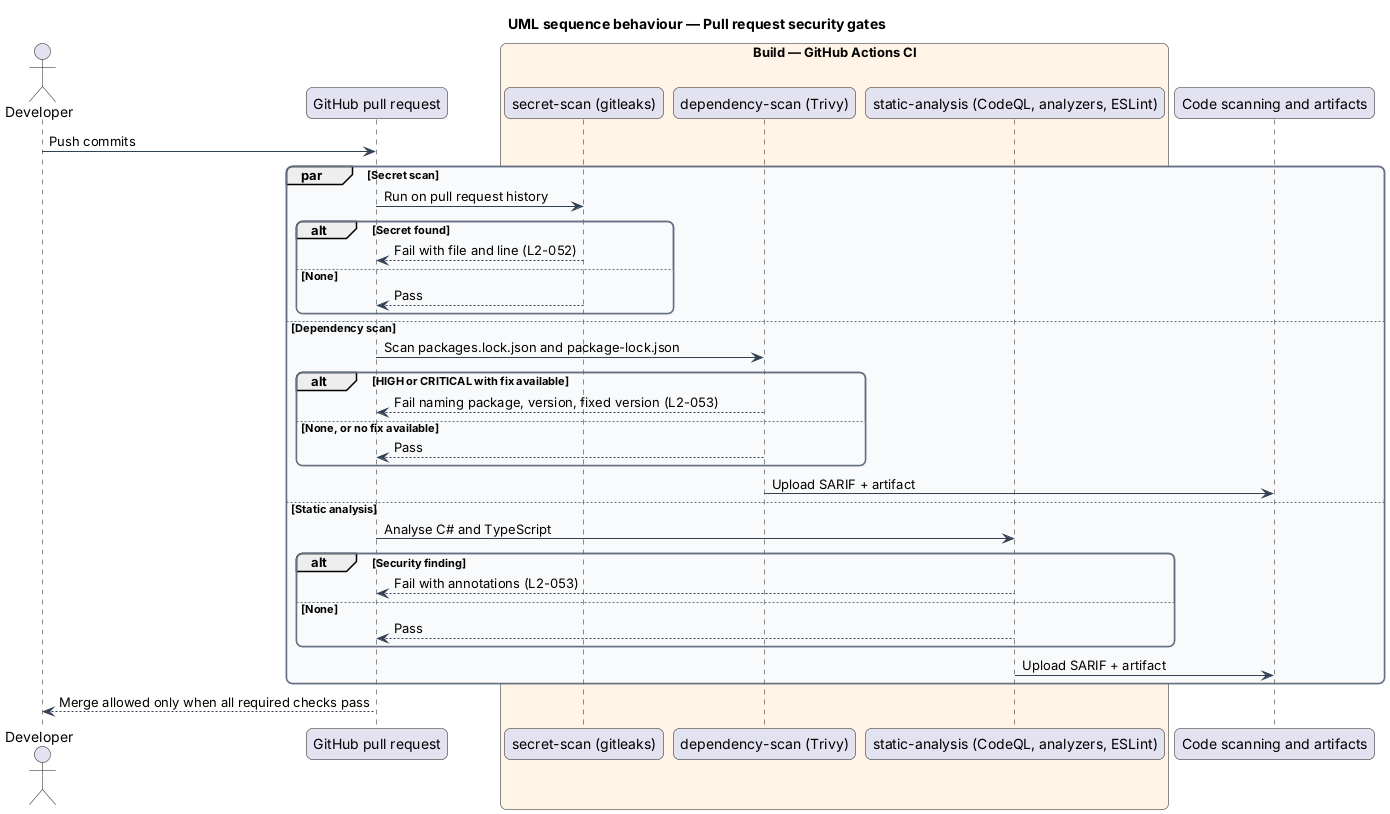
Before: docs/detailed-designs/platform/protect-credentials-and-supply-chain/diagrams/sequence-pull-request-gates.png, a diagram exported from PlantUML (QuinntyneBrown/sycapooke). The source it was exported from:
```plantuml
@startuml
title UML sequence behaviour — Pull request security gates
skinparam backgroundColor #FFFFFF
skinparam shadowing false
skinparam roundcorner 12
skinparam defaultFontName Arial
skinparam ArrowColor #344054
skinparam rectangle {
  BorderColor #344054
  FontColor #101828
}
skinparam package {
  BorderColor #667085
  FontColor #101828
  BackgroundColor #F9FAFB
}
actor "Developer" as dev
participant "GitHub pull request" as pr
box "Build — GitHub Actions CI" #FFF4E5
  participant "secret-scan (gitleaks)" as gl
  participant "dependency-scan (Trivy)" as tv
  participant "static-analysis (CodeQL, analyzers, ESLint)" as sa
end box
participant "Code scanning and artifacts" as cs
dev -> pr : Push commits
par Secret scan
  pr -> gl : Run on pull request history
  alt Secret found
    gl --> pr : Fail with file and line (L2-052)
  else None
    gl --> pr : Pass
  end
else Dependency scan
  pr -> tv : Scan packages.lock.json and package-lock.json
  alt HIGH or CRITICAL with fix available
    tv --> pr : Fail naming package, version, fixed version (L2-053)
  else None, or no fix available
    tv --> pr : Pass
  end
  tv -> cs : Upload SARIF + artifact
else Static analysis
  pr -> sa : Analyse C# and TypeScript
  alt Security finding
    sa --> pr : Fail with annotations (L2-053)
  else None
    sa --> pr : Pass
  end
  sa -> cs : Upload SARIF + artifact
end
pr --> dev : Merge allowed only when all required checks pass
@enduml
```
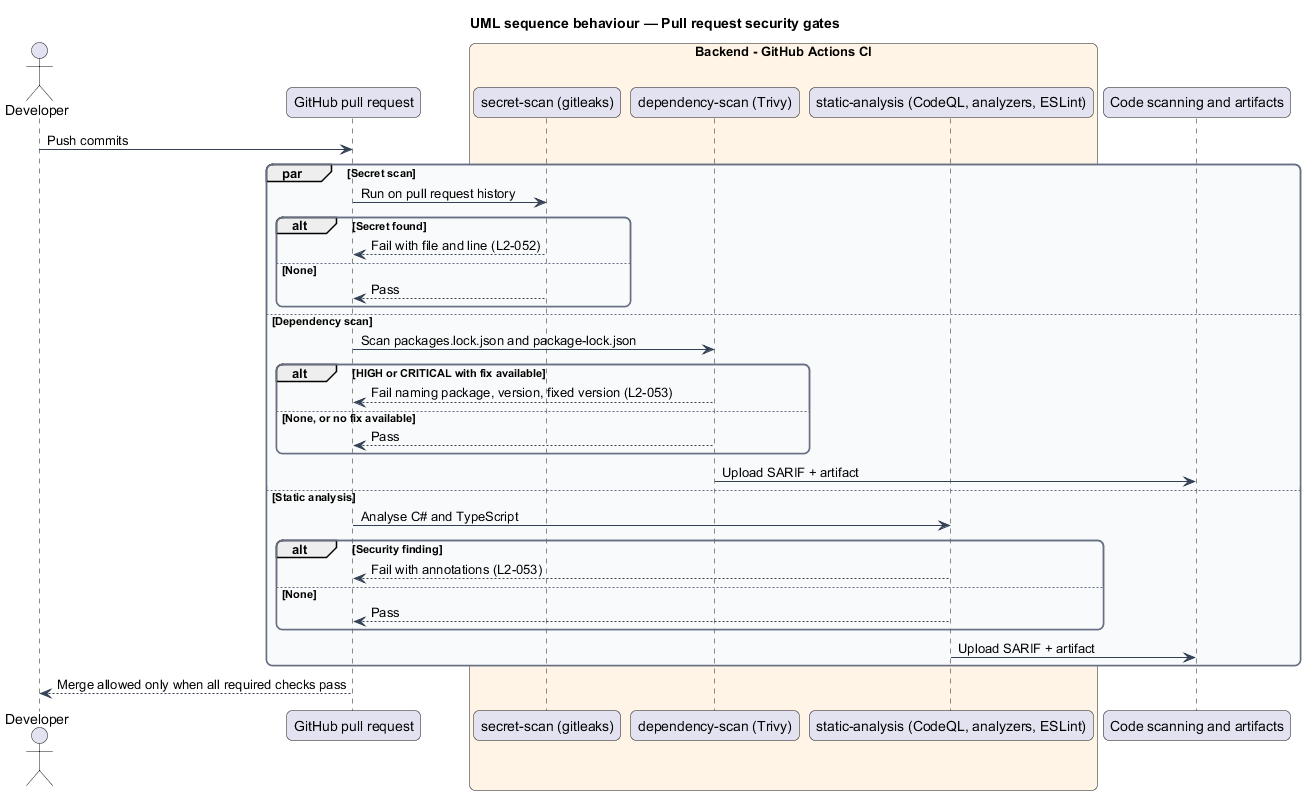
After the change.

Diff of the diagram source:
```diff
@@ -16,7 +16,7 @@
 }
 actor "Developer" as dev
 participant "GitHub pull request" as pr
-box "Build — GitHub Actions CI" #FFF4E5
+box "Backend - GitHub Actions CI" #FFF4E5
   participant "secret-scan (gitleaks)" as gl
   participant "dependency-scan (Trivy)" as tv
   participant "static-analysis (CodeQL, analyzers, ESLint)" as sa
```
